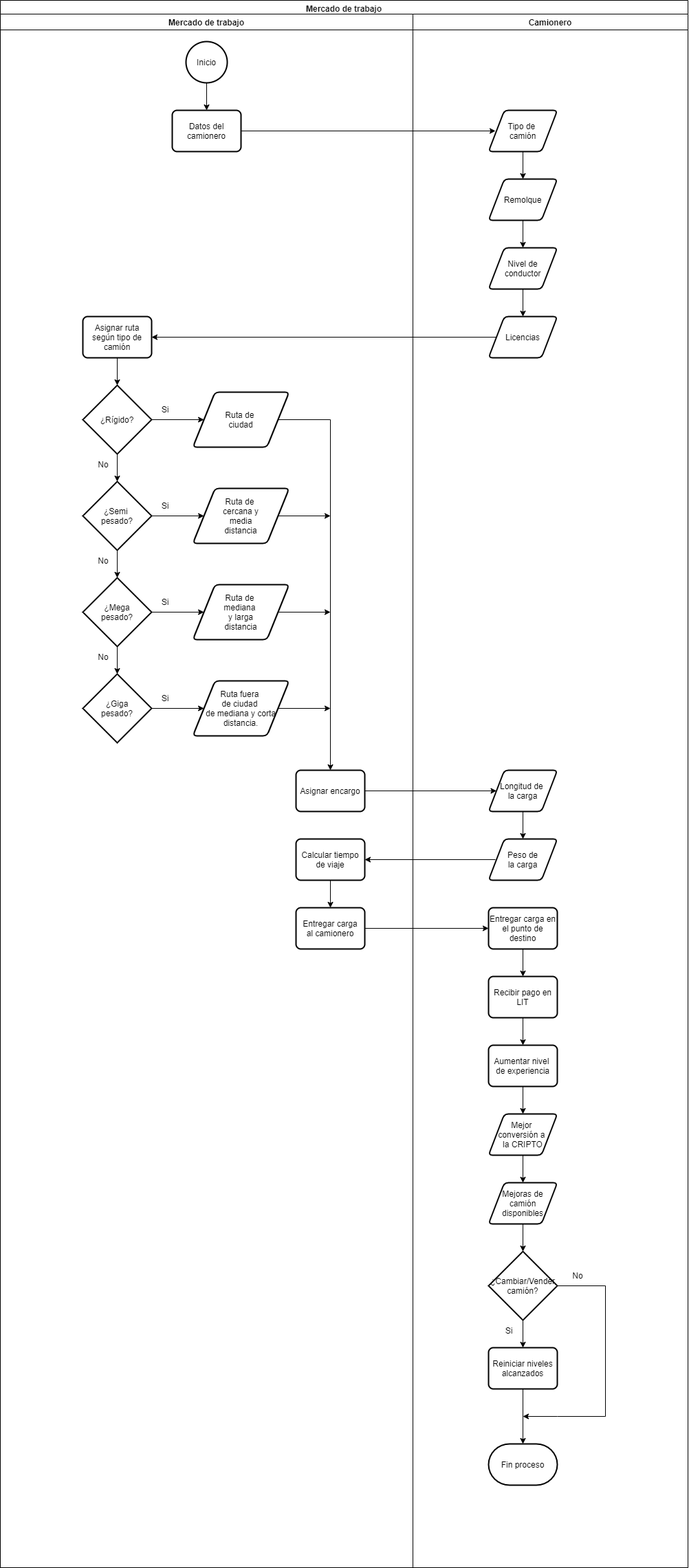
This is MercadoDeTrabajo.png from JuanLuisCorrea/Diagramas-de-flujo-para-servicios---WoT, a draw.io export, as it was before one commit. Source tidied: cells renumbered, new cells last; positions are measured from the earlier drawing's top-left corner, leaving out a move shared by most shapes.
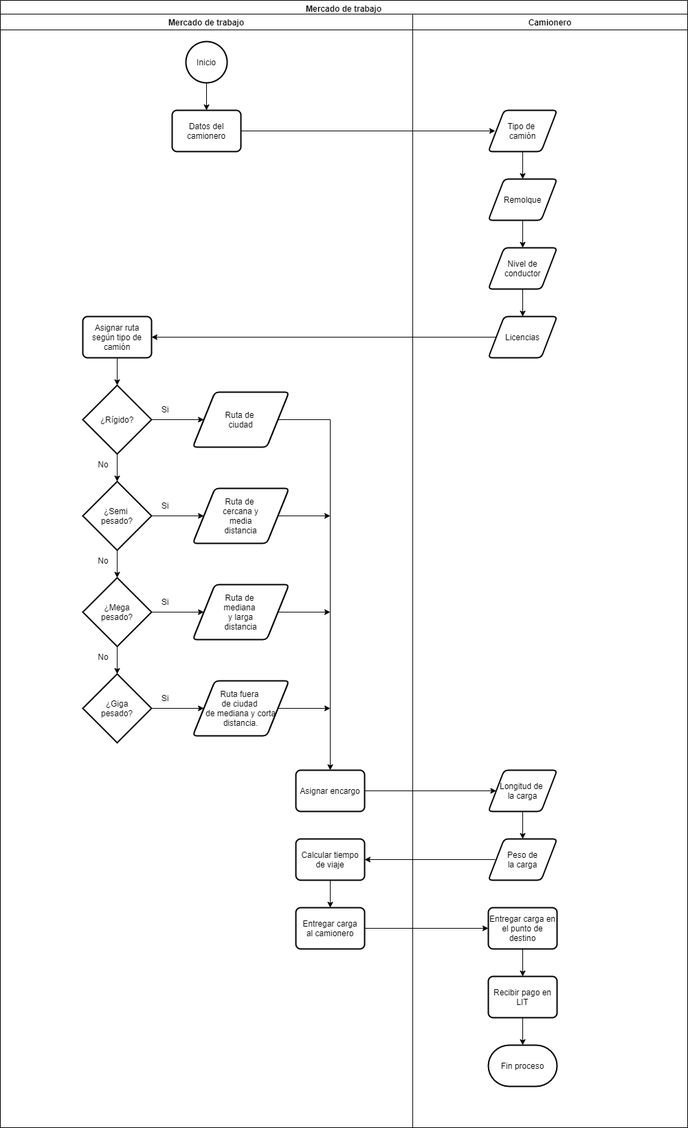
Above is the later version.

The edit, as a diff of the source:
```diff
@@ -3,10 +3,10 @@
     <mxCell id="0" />
     <mxCell id="1" parent="0" />
     <mxCell id="2" value="Mercado de trabajo" style="swimlane;" parent="1" vertex="1">
-      <mxGeometry width="1000" height="2280" as="geometry" />
+      <mxGeometry width="1000" height="1640" as="geometry" />
     </mxCell>
     <mxCell id="3" value="Mercado de trabajo" style="swimlane;" parent="2" vertex="1">
-      <mxGeometry y="20" width="600" height="2260" as="geometry" />
+      <mxGeometry y="20" width="600" height="1620" as="geometry" />
     </mxCell>
     <mxCell id="4" style="edgeStyle=orthogonalEdgeStyle;rounded=0;jettySize=auto;html=1;exitX=0.5;exitY=1;exitDx=0;exitDy=0;exitPerimeter=0;entryX=0.5;entryY=0;entryDx=0;entryDy=0;" parent="3" edge="1" source="5" target="6">
       <mxGeometry relative="1" as="geometry" />
@@ -124,7 +124,7 @@
       <mxGeometry x="430" y="1300" width="100" height="60" as="geometry" />
     </mxCell>
     <mxCell id="39" value="Camionero" style="swimlane;" parent="2" vertex="1">
-      <mxGeometry x="600" y="20" width="400" height="2260" as="geometry" />
+      <mxGeometry x="600" y="20" width="400" height="1620" as="geometry" />
     </mxCell>
     <mxCell id="40" style="edgeStyle=orthogonalEdgeStyle;rounded=0;jettySize=auto;html=1;exitX=0.5;exitY=1;exitDx=0;exitDy=0;entryX=0.5;entryY=0;entryDx=0;entryDy=0;" parent="39" edge="1" source="41" target="43">
       <mxGeometry relative="1" as="geometry" />
@@ -162,60 +162,14 @@
     <mxCell id="51" value="Entregar carga en&lt;br&gt;el punto de destino" style="rounded=1;whiteSpace=wrap;html=1;absoluteArcSize=1;arcSize=14;strokeWidth=2;" parent="39" vertex="1">
       <mxGeometry x="110" y="1300" width="100" height="60" as="geometry" />
     </mxCell>
-    <mxCell id="52" style="edgeStyle=orthogonalEdgeStyle;rounded=0;jettySize=auto;html=1;exitX=0.5;exitY=1;exitDx=0;exitDy=0;entryX=0.5;entryY=0;entryDx=0;entryDy=0;" parent="39" edge="1" source="53" target="55">
-      <mxGeometry relative="1" as="geometry" />
-    </mxCell>
+    <mxCell id="73" style="edgeStyle=orthogonalEdgeStyle;rounded=0;jettySize=auto;html=1;exitX=0.5;exitY=1;exitDx=0;exitDy=0;entryX=0.5;entryY=0;entryDx=0;entryDy=0;entryPerimeter=0;" parent="39" edge="1" source="53" target="67">
+      <mxGeometry relative="1" as="geometry" />
+    </mxCell>
     <mxCell id="53" value="Recibir pago en LIT" style="rounded=1;whiteSpace=wrap;html=1;absoluteArcSize=1;arcSize=14;strokeWidth=2;" parent="39" vertex="1">
       <mxGeometry x="110" y="1400" width="100" height="60" as="geometry" />
     </mxCell>
-    <mxCell id="54" style="edgeStyle=orthogonalEdgeStyle;rounded=0;jettySize=auto;html=1;exitX=0.5;exitY=1;exitDx=0;exitDy=0;entryX=0.5;entryY=0;entryDx=0;entryDy=0;" parent="39" edge="1" source="55" target="57">
-      <mxGeometry relative="1" as="geometry" />
-    </mxCell>
-    <mxCell id="55" value="Aumentar nivel&amp;nbsp;&lt;br&gt;de experiencia" style="rounded=1;whiteSpace=wrap;html=1;absoluteArcSize=1;arcSize=14;strokeWidth=2;" parent="39" vertex="1">
-      <mxGeometry x="110" y="1500" width="100" height="60" as="geometry" />
-    </mxCell>
-    <mxCell id="56" style="edgeStyle=orthogonalEdgeStyle;rounded=0;jettySize=auto;html=1;exitX=0.5;exitY=1;exitDx=0;exitDy=0;entryX=0.5;entryY=0;entryDx=0;entryDy=0;" parent="39" edge="1" source="57" target="59">
-      <mxGeometry relative="1" as="geometry" />
-    </mxCell>
-    <mxCell id="57" value="Mejor &lt;br&gt;conversión a &lt;br&gt;la CRIPTO" style="shape=parallelogram;html=1;strokeWidth=2;perimeter=parallelogramPerimeter;whiteSpace=wrap;rounded=1;arcSize=12;size=0.23;" parent="39" vertex="1">
-      <mxGeometry x="110" y="1600" width="100" height="60" as="geometry" />
-    </mxCell>
-    <mxCell id="58" style="edgeStyle=orthogonalEdgeStyle;rounded=0;jettySize=auto;html=1;exitX=0.5;exitY=1;exitDx=0;exitDy=0;entryX=0.5;entryY=0;entryDx=0;entryDy=0;entryPerimeter=0;" parent="39" edge="1" source="59" target="62">
-      <mxGeometry relative="1" as="geometry" />
-    </mxCell>
-    <mxCell id="59" value="Mejoras de camión disponibles" style="shape=parallelogram;html=1;strokeWidth=2;perimeter=parallelogramPerimeter;whiteSpace=wrap;rounded=1;arcSize=12;size=0.23;" parent="39" vertex="1">
-      <mxGeometry x="110" y="1700" width="100" height="60" as="geometry" />
-    </mxCell>
-    <mxCell id="60" style="edgeStyle=orthogonalEdgeStyle;rounded=0;jettySize=auto;html=1;exitX=0.5;exitY=1;exitDx=0;exitDy=0;exitPerimeter=0;entryX=0.5;entryY=0;entryDx=0;entryDy=0;" parent="39" edge="1" source="62" target="66">
-      <mxGeometry relative="1" as="geometry" />
-    </mxCell>
-    <mxCell id="61" style="edgeStyle=orthogonalEdgeStyle;rounded=0;jettySize=auto;html=1;exitX=1;exitY=0.5;exitDx=0;exitDy=0;exitPerimeter=0;" parent="39" edge="1" source="62">
-      <mxGeometry relative="1" as="geometry">
-        <mxPoint x="160" y="2040" as="targetPoint" />
-        <Array as="points">
-          <mxPoint x="280" y="1850" />
-          <mxPoint x="280" y="2040" />
-          <mxPoint x="210" y="2040" />
-        </Array>
-      </mxGeometry>
-    </mxCell>
-    <mxCell id="62" value="¿Cambiar/Vender&lt;br&gt;camión?" style="strokeWidth=2;html=1;shape=mxgraph.flowchart.decision;whiteSpace=wrap;" parent="39" vertex="1">
-      <mxGeometry x="110" y="1800" width="100" height="100" as="geometry" />
-    </mxCell>
-    <mxCell id="63" value="Si" style="text;html=1;strokeColor=none;fillColor=none;align=center;verticalAlign=middle;whiteSpace=wrap;rounded=0;" parent="39" vertex="1">
-      <mxGeometry x="110" y="1900" width="60" height="30" as="geometry" />
-    </mxCell>
-    <mxCell id="64" value="No" style="text;html=1;strokeColor=none;fillColor=none;align=center;verticalAlign=middle;whiteSpace=wrap;rounded=0;" parent="39" vertex="1">
-      <mxGeometry x="210" y="1820" width="60" height="30" as="geometry" />
-    </mxCell>
-    <mxCell id="65" style="edgeStyle=orthogonalEdgeStyle;rounded=0;jettySize=auto;html=1;exitX=0.5;exitY=1;exitDx=0;exitDy=0;entryX=0.5;entryY=0;entryDx=0;entryDy=0;entryPerimeter=0;" parent="39" edge="1" source="66" target="67">
-      <mxGeometry relative="1" as="geometry" />
-    </mxCell>
-    <mxCell id="66" value="Reiniciar niveles&lt;br&gt;alcanzados" style="rounded=1;whiteSpace=wrap;html=1;absoluteArcSize=1;arcSize=14;strokeWidth=2;" parent="39" vertex="1">
-      <mxGeometry x="110" y="1940" width="100" height="60" as="geometry" />
-    </mxCell>
     <mxCell id="67" value="Fin proceso" style="strokeWidth=2;html=1;shape=mxgraph.flowchart.terminator;whiteSpace=wrap;" parent="39" vertex="1">
-      <mxGeometry x="110" y="2080" width="100" height="60" as="geometry" />
+      <mxGeometry x="110" y="1500" width="100" height="60" as="geometry" />
     </mxCell>
     <mxCell id="68" style="edgeStyle=orthogonalEdgeStyle;rounded=0;jettySize=auto;html=1;exitX=1;exitY=0.5;exitDx=0;exitDy=0;" parent="2" edge="1" source="6">
       <mxGeometry relative="1" as="geometry">
```
